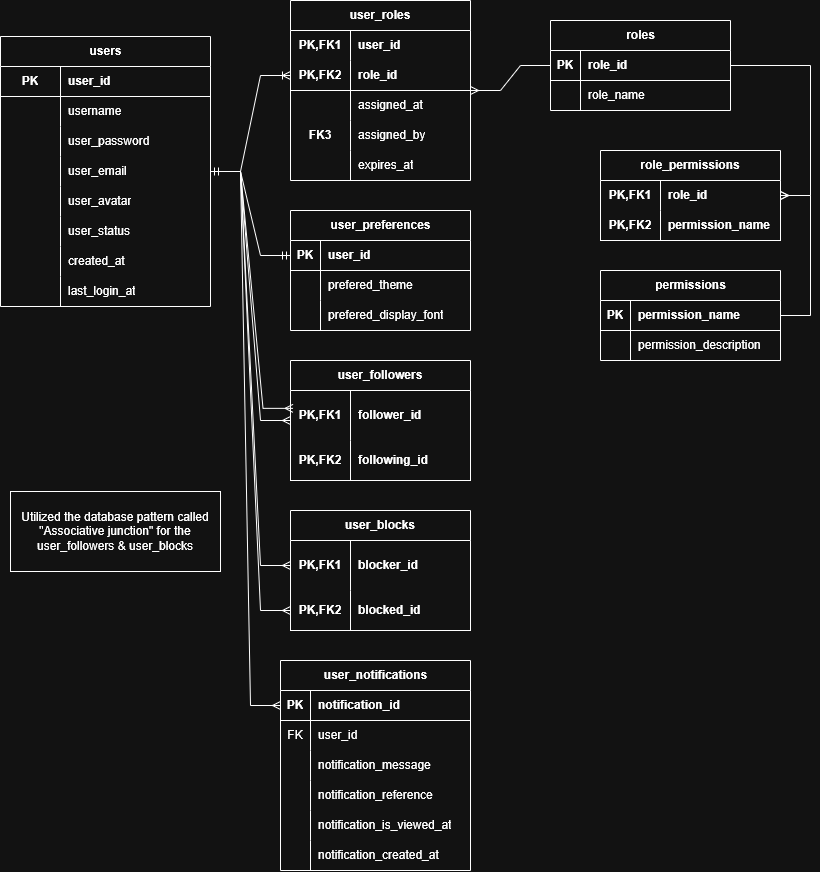
Earlier version of the draw.io export docs/postgres_db_stories_live.drawio.png (CyberCoderA/stories_live). Source tidied: cells renumbered, new cells last; positions are measured from the earlier drawing's top-left corner, leaving out a move shared by most shapes.
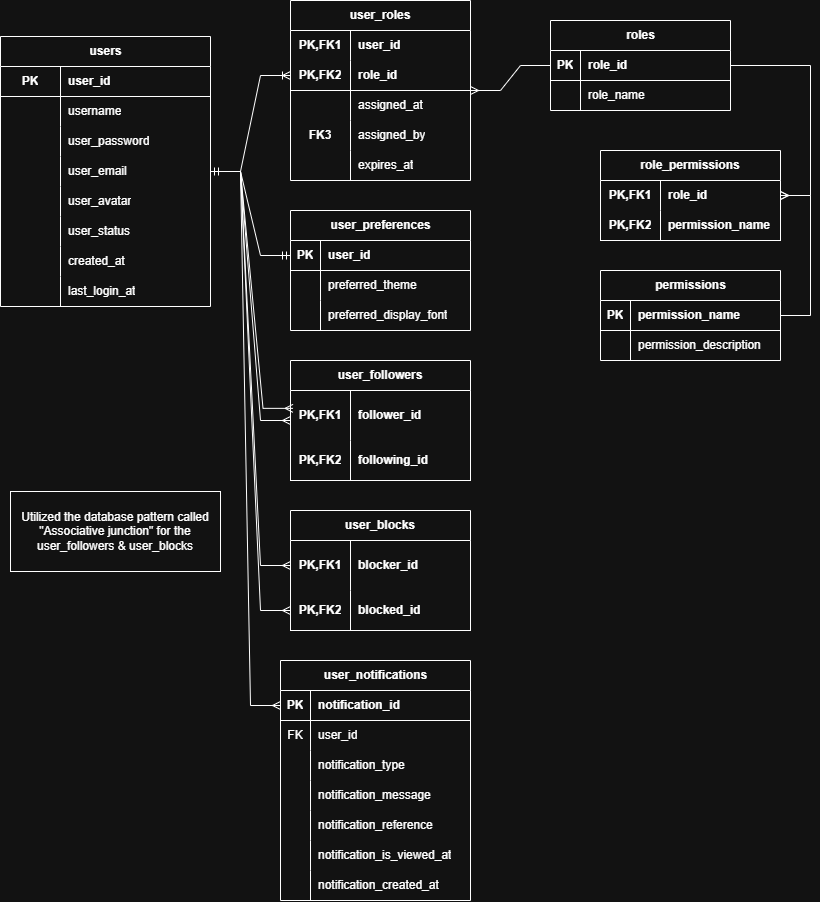
After the change.

The edit, as a diff of the source:
```diff
@@ -95,7 +95,7 @@
     <mxCell id="32" style="shape=partialRectangle;fillColor=none;top=0;left=0;bottom=0;right=0;overflow=hidden;whiteSpace=wrap;html=1;" parent="31" vertex="1">
       <mxGeometry width="30" height="30" as="geometry" />
     </mxCell>
-    <mxCell id="33" value="prefered_theme" style="shape=partialRectangle;fillColor=none;top=0;left=0;bottom=0;right=0;align=left;spacingLeft=6;overflow=hidden;whiteSpace=wrap;html=1;" parent="31" vertex="1">
+    <mxCell id="33" value="preferred_theme" style="shape=partialRectangle;fillColor=none;top=0;left=0;bottom=0;right=0;align=left;spacingLeft=6;overflow=hidden;whiteSpace=wrap;html=1;" parent="31" vertex="1">
       <mxGeometry x="30" width="150" height="30" as="geometry" />
     </mxCell>
     <mxCell id="34" style="shape=tableRow;horizontal=0;startSize=0;swimlaneHead=0;swimlaneBody=0;fillColor=none;top=0;left=0;right=0;bottom=0;" parent="27" vertex="1">
@@ -104,14 +104,14 @@
     <mxCell id="35" style="shape=partialRectangle;fillColor=none;top=0;left=0;bottom=0;right=0;overflow=hidden;whiteSpace=wrap;html=1;" parent="34" vertex="1">
       <mxGeometry width="30" height="30" as="geometry" />
     </mxCell>
-    <mxCell id="36" value="prefered_display_font" style="shape=partialRectangle;fillColor=none;top=0;left=0;bottom=0;right=0;align=left;spacingLeft=6;overflow=hidden;whiteSpace=wrap;html=1;" parent="34" vertex="1">
+    <mxCell id="36" value="preferred_display_font" style="shape=partialRectangle;fillColor=none;top=0;left=0;bottom=0;right=0;align=left;spacingLeft=6;overflow=hidden;whiteSpace=wrap;html=1;" parent="34" vertex="1">
       <mxGeometry x="30" width="150" height="30" as="geometry" />
     </mxCell>
     <mxCell id="37" style="edgeStyle=entityRelationEdgeStyle;fontSize=12;html=1;endArrow=ERmandOne;startArrow=ERmandOne;rounded=0;" parent="1" edge="1" source="2" target="28">
       <mxGeometry relative="1" as="geometry" />
     </mxCell>
     <mxCell id="38" value="user_notifications" style="shape=table;startSize=30;rowLines=0;fontStyle=1;align=center;html=1;" parent="1" vertex="1">
-      <mxGeometry x="280" y="660" width="190" height="210" as="geometry" />
+      <mxGeometry x="280" y="660" width="190" height="240" as="geometry" />
     </mxCell>
     <mxCell id="39" style="shape=tableRow;horizontal=0;startSize=0;swimlaneHead=0;swimlaneBody=0;fillColor=none;points=[[0,0.5],[1,0.5]];portConstraint=eastwest;top=0;left=0;right=0;bottom=1;" parent="38" vertex="1">
       <mxGeometry y="30" width="190" height="30" as="geometry" />
@@ -131,8 +131,17 @@
     <mxCell id="44" value="user_id" style="shape=partialRectangle;fillColor=none;top=0;left=0;bottom=0;right=0;align=left;spacingLeft=6;overflow=hidden;whiteSpace=wrap;html=1;strokeColor=inherit;" parent="42" vertex="1">
       <mxGeometry x="30" width="160" height="30" as="geometry" />
     </mxCell>
+    <mxCell id="118" style="shape=tableRow;horizontal=0;startSize=0;swimlaneHead=0;swimlaneBody=0;fillColor=none;top=0;left=0;right=0;bottom=0;" parent="38" vertex="1">
+      <mxGeometry y="90" width="190" height="30" as="geometry" />
+    </mxCell>
+    <mxCell id="119" style="shape=partialRectangle;fillColor=none;top=0;left=0;bottom=0;right=0;overflow=hidden;whiteSpace=wrap;html=1;" parent="118" vertex="1">
+      <mxGeometry width="30" height="30" as="geometry" />
+    </mxCell>
+    <mxCell id="120" value="notification_type" style="shape=partialRectangle;fillColor=none;top=0;left=0;bottom=0;right=0;align=left;spacingLeft=6;overflow=hidden;whiteSpace=wrap;html=1;strokeColor=inherit;" parent="118" vertex="1">
+      <mxGeometry x="30" width="160" height="30" as="geometry" />
+    </mxCell>
     <mxCell id="45" style="shape=tableRow;horizontal=0;startSize=0;swimlaneHead=0;swimlaneBody=0;fillColor=none;top=0;left=0;right=0;bottom=0;" parent="38" vertex="1">
-      <mxGeometry y="90" width="190" height="30" as="geometry" />
+      <mxGeometry y="120" width="190" height="30" as="geometry" />
     </mxCell>
     <mxCell id="46" style="shape=partialRectangle;fillColor=none;top=0;left=0;bottom=0;right=0;overflow=hidden;whiteSpace=wrap;html=1;" parent="45" vertex="1">
       <mxGeometry width="30" height="30" as="geometry" />
@@ -141,7 +150,7 @@
       <mxGeometry x="30" width="160" height="30" as="geometry" />
     </mxCell>
     <mxCell id="48" style="shape=tableRow;horizontal=0;startSize=0;swimlaneHead=0;swimlaneBody=0;fillColor=none;top=0;left=0;right=0;bottom=0;" parent="38" vertex="1">
-      <mxGeometry y="120" width="190" height="30" as="geometry" />
+      <mxGeometry y="150" width="190" height="30" as="geometry" />
     </mxCell>
     <mxCell id="49" style="shape=partialRectangle;fillColor=none;top=0;left=0;bottom=0;right=0;overflow=hidden;whiteSpace=wrap;html=1;" parent="48" vertex="1">
       <mxGeometry width="30" height="30" as="geometry" />
@@ -150,7 +159,7 @@
       <mxGeometry x="30" width="160" height="30" as="geometry" />
     </mxCell>
     <mxCell id="51" style="shape=tableRow;horizontal=0;startSize=0;swimlaneHead=0;swimlaneBody=0;fillColor=none;top=0;left=0;right=0;bottom=0;" parent="38" vertex="1">
-      <mxGeometry y="150" width="190" height="30" as="geometry" />
+      <mxGeometry y="180" width="190" height="30" as="geometry" />
     </mxCell>
     <mxCell id="52" style="shape=partialRectangle;fillColor=none;top=0;left=0;bottom=0;right=0;overflow=hidden;whiteSpace=wrap;html=1;" parent="51" vertex="1">
       <mxGeometry width="30" height="30" as="geometry" />
@@ -159,7 +168,7 @@
       <mxGeometry x="30" width="160" height="30" as="geometry" />
     </mxCell>
     <mxCell id="54" style="shape=tableRow;horizontal=0;startSize=0;swimlaneHead=0;swimlaneBody=0;fillColor=none;top=0;left=0;right=0;bottom=0;" parent="38" vertex="1">
-      <mxGeometry y="180" width="190" height="30" as="geometry" />
+      <mxGeometry y="210" width="190" height="30" as="geometry" />
     </mxCell>
     <mxCell id="55" style="shape=partialRectangle;fillColor=none;top=0;left=0;bottom=0;right=0;overflow=hidden;whiteSpace=wrap;html=1;" parent="54" vertex="1">
       <mxGeometry width="30" height="30" as="geometry" />
```
